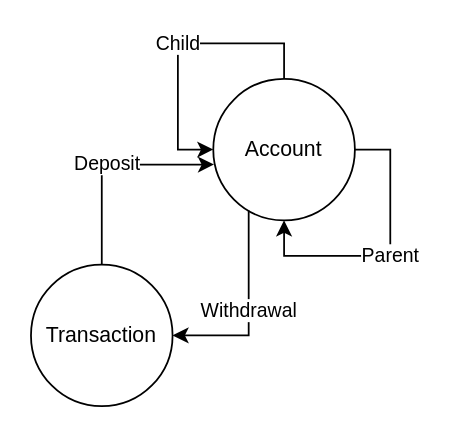
NordGus/ruby-financo keeps this draw.io diagram as docs/design/Accounts and Transactions/Account-Abstract.drawio. Above is the earlier version. Source tidied: cells renumbered, new cells numbered last; positions are measured from the earlier drawing's top-left corner, leaving out a move shared by most shapes. Both pictures are drawn from the tidied source at 177%, with x=0, y=0 at pixel (30, 42).
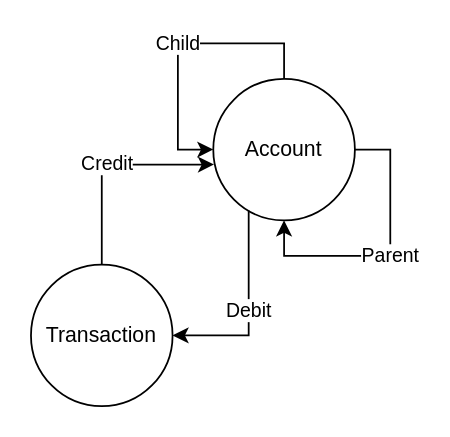
Above is the later version.

Commit message (it also covers changes not shown here):
updating account design

What changed in the source:
```diff
@@
 <mxGraphModel>
   <root>
     <mxCell id="0" />
     <mxCell id="1" parent="0" />
     <mxCell id="2" value="Account" style="ellipse;whiteSpace=wrap;html=1;" parent="1" vertex="1">
       <mxGeometry x="103" y="20" width="80" height="80" as="geometry" />
     </mxCell>
     <mxCell id="3" value="Child" style="edgeStyle=orthogonalEdgeStyle;rounded=0;orthogonalLoop=1;jettySize=auto;html=1;exitX=0.5;exitY=0;exitDx=0;exitDy=0;entryX=0;entryY=0.5;entryDx=0;entryDy=0;" parent="1" edge="1" source="2" target="2">
       <mxGeometry relative="1" as="geometry">
         <Array as="points">
           <mxPoint x="143" />
           <mxPoint x="83" />
           <mxPoint x="83" y="60" />
         </Array>
       </mxGeometry>
     </mxCell>
     <mxCell id="4" value="Parent" style="edgeStyle=orthogonalEdgeStyle;rounded=0;orthogonalLoop=1;jettySize=auto;html=1;entryX=0.5;entryY=1;entryDx=0;entryDy=0;exitX=1;exitY=0.5;exitDx=0;exitDy=0;" parent="1" edge="1" source="2" target="2">
       <mxGeometry relative="1" as="geometry">
         <Array as="points">
           <mxPoint x="203" y="60" />
           <mxPoint x="203" y="120" />
           <mxPoint x="143" y="120" />
         </Array>
       </mxGeometry>
     </mxCell>
     <mxCell id="5" value="Transaction" style="ellipse;whiteSpace=wrap;html=1;" parent="1" vertex="1">
       <mxGeometry y="125" width="80" height="80" as="geometry" />
     </mxCell>
-    <mxCell id="6" value="Deposit" style="edgeStyle=orthogonalEdgeStyle;rounded=0;jettySize=auto;html=1;exitX=0.5;exitY=0;exitDx=0;exitDy=0;entryX=0.005;entryY=0.606;entryDx=0;entryDy=0;entryPerimeter=0;" parent="1" edge="1" source="5" target="2">
+    <mxCell id="6" value="Credit" style="edgeStyle=orthogonalEdgeStyle;rounded=0;jettySize=auto;html=1;exitX=0.5;exitY=0;exitDx=0;exitDy=0;entryX=0.005;entryY=0.606;entryDx=0;entryDy=0;entryPerimeter=0;" parent="1" edge="1" source="5" target="2">
       <mxGeometry relative="1" as="geometry">
         <Array as="points">
           <mxPoint x="40" y="69" />
         </Array>
       </mxGeometry>
     </mxCell>
-    <mxCell id="7" value="Withdrawal" style="edgeStyle=orthogonalEdgeStyle;rounded=0;jettySize=auto;html=1;exitX=0.25;exitY=0.93;exitDx=0;exitDy=0;exitPerimeter=0;entryX=1;entryY=0.5;entryDx=0;entryDy=0;" parent="1" edge="1" source="2" target="5">
+    <mxCell id="7" value="Debit" style="edgeStyle=orthogonalEdgeStyle;rounded=0;jettySize=auto;html=1;exitX=0.25;exitY=0.93;exitDx=0;exitDy=0;exitPerimeter=0;entryX=1;entryY=0.5;entryDx=0;entryDy=0;" parent="1" edge="1" source="2" target="5">
       <mxGeometry relative="1" as="geometry">
         <Array as="points">
           <mxPoint x="123" y="165" />
         </Array>
       </mxGeometry>
     </mxCell>
   </root>
 </mxGraphModel>
```
